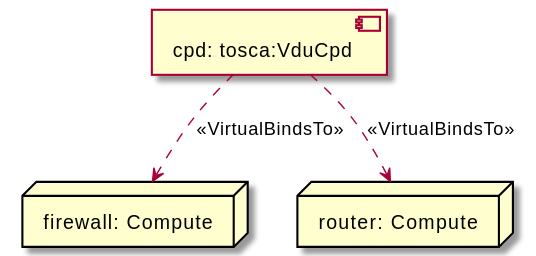
This is examples/tosca-community-contributions/diagrams/uml2/examples-1.2-simple-for-nfv-simple-for-nfv-uml2-deployment-diagram.svg from Orange-OpenSource/Cloudnet-TOSCA-toolbox, a PlantUML export, as it was before one commit.
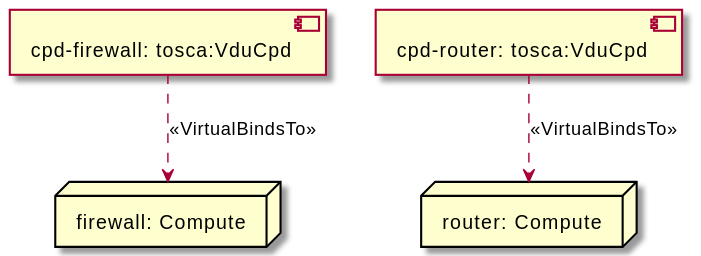
Later version of the same file.

The edit, as a diff of the source:
```diff
@@ -4,7 +4,8 @@
 
 node "firewall: Compute" as node_firewall
 node "router: Compute" as node_router
-component "cpd: tosca:VduCpd" as node_cpd
-node_cpd ..> node_firewall : <<VirtualBindsTo>>
-node_cpd ..> node_router : <<VirtualBindsTo>>
+component "cpd-firewall: tosca:VduCpd" as node_cpd_firewall
+component "cpd-router: tosca:VduCpd" as node_cpd_router
+node_cpd_firewall ..> node_firewall : <<VirtualBindsTo>>
+node_cpd_router ..> node_router : <<VirtualBindsTo>>
 @enduml
```
